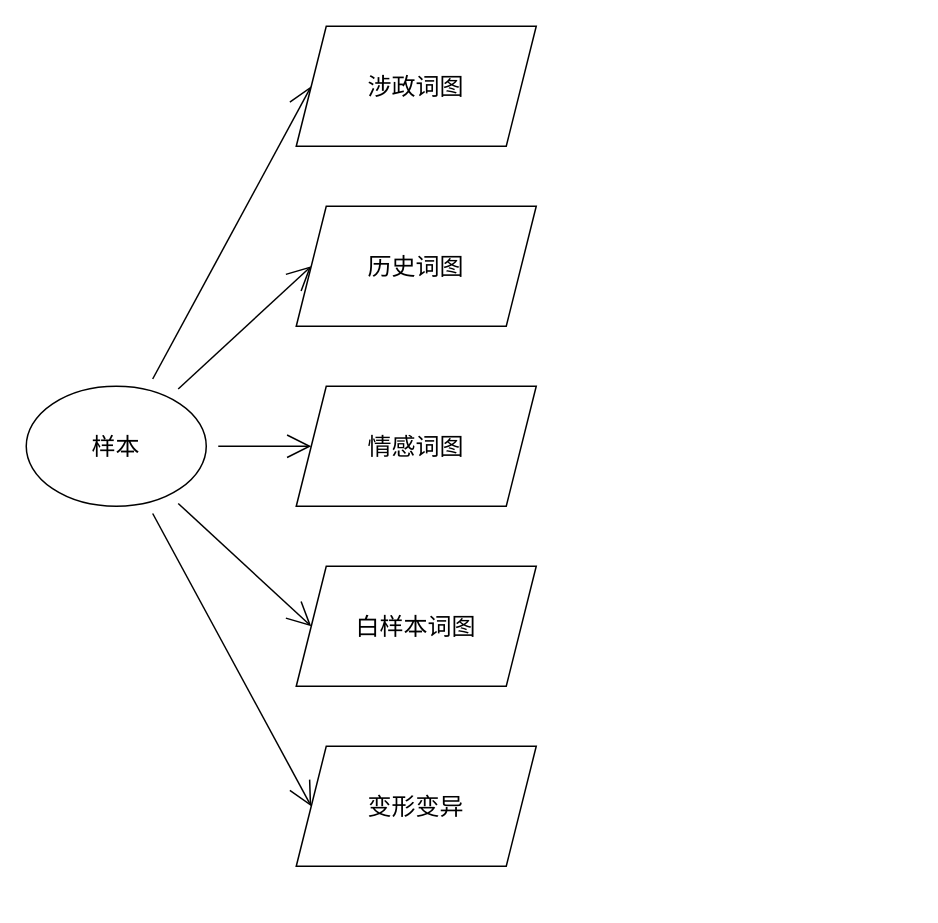
Before: wg-gnn.drawio in fpcsong/diagram, a draw.io diagram. Source tidied: cells renumbered, new cells numbered last; positions are measured from the earlier drawing's top-left corner, leaving out a move shared by most shapes. Both pictures are drawn from the tidied source at 150%, with x=0, y=0 at pixel (26, 26).
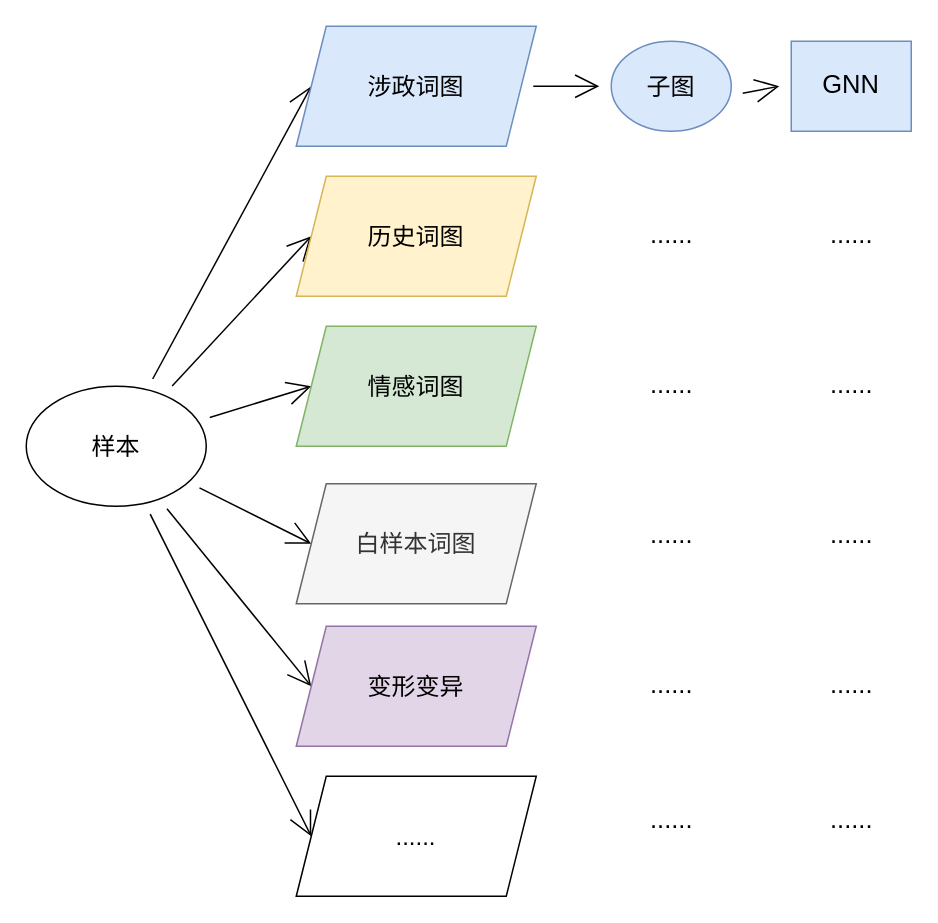
Above is the later version.

Unchanged cells that the change refers to:
```xml
<mxCell id="7" value="&lt;span style=&quot;font-size: 16px&quot;&gt;样本&lt;/span&gt;" style="ellipse;whiteSpace=wrap;html=1;hachureGap=4;" parent="1" vertex="1">
  <mxGeometry y="240" width="120" height="80" as="geometry" />
</mxCell>
```

What changed in the source:
```diff
@@
+    <mxCell id="13" style="edgeStyle=none;curved=1;rounded=0;jettySize=auto;html=1;entryX=0;entryY=0.5;entryDx=0;entryDy=0;endArrow=open;startSize=14;endSize=14;sourcePerimeterSpacing=8;targetPerimeterSpacing=8;" parent="1" edge="1" source="7" target="15">
+      <mxGeometry relative="1" as="geometry" />
+    </mxCell>
@@
+    <mxCell id="14" style="edgeStyle=none;curved=1;rounded=0;jettySize=auto;html=1;endArrow=open;startSize=14;endSize=14;sourcePerimeterSpacing=8;targetPerimeterSpacing=8;" parent="1" edge="1" source="8" target="17">
+      <mxGeometry relative="1" as="geometry" />
+    </mxCell>
-    <mxCell id="8" value="&lt;font style=&quot;font-size: 16px&quot;&gt;涉政词图&lt;/font&gt;" style="shape=parallelogram;perimeter=parallelogramPerimeter;whiteSpace=wrap;html=1;fixedSize=1;hachureGap=4;" parent="1" vertex="1">
+    <mxCell id="8" value="&lt;font style=&quot;font-size: 16px&quot;&gt;涉政词图&lt;/font&gt;" style="shape=parallelogram;perimeter=parallelogramPerimeter;whiteSpace=wrap;html=1;fixedSize=1;hachureGap=4;fillColor=#dae8fc;strokeColor=#6c8ebf;" parent="1" vertex="1">
       <mxGeometry x="180" width="160" height="80" as="geometry" />
     </mxCell>
-    <mxCell id="9" value="&lt;font style=&quot;font-size: 16px&quot;&gt;历史词图&lt;/font&gt;" style="shape=parallelogram;perimeter=parallelogramPerimeter;whiteSpace=wrap;html=1;fixedSize=1;hachureGap=4;" parent="1" vertex="1">
-      <mxGeometry x="180" y="120" width="160" height="80" as="geometry" />
+    <mxCell id="9" value="&lt;font style=&quot;font-size: 16px&quot;&gt;历史词图&lt;/font&gt;" style="shape=parallelogram;perimeter=parallelogramPerimeter;whiteSpace=wrap;html=1;fixedSize=1;hachureGap=4;fillColor=#fff2cc;strokeColor=#d6b656;" parent="1" vertex="1">
+      <mxGeometry x="180" y="100" width="160" height="80" as="geometry" />
     </mxCell>
-    <mxCell id="10" value="&lt;font style=&quot;font-size: 16px&quot;&gt;情感词图&lt;/font&gt;" style="shape=parallelogram;perimeter=parallelogramPerimeter;whiteSpace=wrap;html=1;fixedSize=1;hachureGap=4;" parent="1" vertex="1">
-      <mxGeometry x="180" y="240" width="160" height="80" as="geometry" />
+    <mxCell id="10" value="&lt;font style=&quot;font-size: 16px&quot;&gt;情感词图&lt;/font&gt;" style="shape=parallelogram;perimeter=parallelogramPerimeter;whiteSpace=wrap;html=1;fixedSize=1;hachureGap=4;fillColor=#d5e8d4;strokeColor=#82b366;" parent="1" vertex="1">
+      <mxGeometry x="180" y="200" width="160" height="80" as="geometry" />
     </mxCell>
-    <mxCell id="11" value="&lt;font style=&quot;font-size: 16px&quot;&gt;白样本词图&lt;/font&gt;" style="shape=parallelogram;perimeter=parallelogramPerimeter;whiteSpace=wrap;html=1;fixedSize=1;hachureGap=4;" parent="1" vertex="1">
-      <mxGeometry x="180" y="360" width="160" height="80" as="geometry" />
+    <mxCell id="11" value="&lt;font style=&quot;font-size: 16px&quot;&gt;白样本词图&lt;/font&gt;" style="shape=parallelogram;perimeter=parallelogramPerimeter;whiteSpace=wrap;html=1;fixedSize=1;hachureGap=4;fillColor=#f5f5f5;strokeColor=#666666;fontColor=#333333;" parent="1" vertex="1">
+      <mxGeometry x="180" y="305" width="160" height="80" as="geometry" />
     </mxCell>
-    <mxCell id="12" value="&lt;span style=&quot;font-size: 16px&quot;&gt;变形变异&lt;/span&gt;" style="shape=parallelogram;perimeter=parallelogramPerimeter;whiteSpace=wrap;html=1;fixedSize=1;hachureGap=4;" parent="1" vertex="1">
-      <mxGeometry x="180" y="480" width="160" height="80" as="geometry" />
+    <mxCell id="12" value="&lt;span style=&quot;font-size: 16px&quot;&gt;变形变异&lt;/span&gt;" style="shape=parallelogram;perimeter=parallelogramPerimeter;whiteSpace=wrap;html=1;fixedSize=1;hachureGap=4;fillColor=#e1d5e7;strokeColor=#9673a6;" parent="1" vertex="1">
+      <mxGeometry x="180" y="400" width="160" height="80" as="geometry" />
     </mxCell>
+    <mxCell id="15" value="&lt;span style=&quot;font-size: 16px&quot;&gt;......&lt;/span&gt;" style="shape=parallelogram;perimeter=parallelogramPerimeter;whiteSpace=wrap;html=1;fixedSize=1;hachureGap=4;" parent="1" vertex="1">
+      <mxGeometry x="180" y="500" width="160" height="80" as="geometry" />
+    </mxCell>
+    <mxCell id="16" style="edgeStyle=none;curved=1;rounded=0;jettySize=auto;html=1;endArrow=open;startSize=14;endSize=14;sourcePerimeterSpacing=8;targetPerimeterSpacing=8;" parent="1" edge="1" source="17" target="23">
+      <mxGeometry relative="1" as="geometry" />
+    </mxCell>
+    <mxCell id="17" value="&lt;font style=&quot;font-size: 16px&quot;&gt;子图&lt;/font&gt;" style="ellipse;whiteSpace=wrap;html=1;strokeColor=#6c8ebf;fillColor=#dae8fc;hachureGap=4;" parent="1" vertex="1">
+      <mxGeometry x="390" y="10" width="80" height="60" as="geometry" />
+    </mxCell>
+    <mxCell id="18" value="&lt;font style=&quot;font-size: 17px&quot;&gt;......&lt;/font&gt;" style="text;html=1;align=center;verticalAlign=middle;strokeColor=none;fillColor=none;" parent="1" vertex="1">
+      <mxGeometry x="410" y="130" width="40" height="20" as="geometry" />
+    </mxCell>
+    <mxCell id="19" value="&lt;font style=&quot;font-size: 17px&quot;&gt;......&lt;/font&gt;" style="text;html=1;align=center;verticalAlign=middle;strokeColor=none;fillColor=none;" parent="1" vertex="1">
+      <mxGeometry x="410" y="230" width="40" height="20" as="geometry" />
+    </mxCell>
+    <mxCell id="20" value="&lt;font style=&quot;font-size: 17px&quot;&gt;......&lt;/font&gt;" style="text;html=1;align=center;verticalAlign=middle;strokeColor=none;fillColor=none;" parent="1" vertex="1">
+      <mxGeometry x="410" y="330" width="40" height="20" as="geometry" />
+    </mxCell>
+    <mxCell id="21" value="&lt;font style=&quot;font-size: 17px&quot;&gt;......&lt;/font&gt;" style="text;html=1;align=center;verticalAlign=middle;strokeColor=none;fillColor=none;" parent="1" vertex="1">
+      <mxGeometry x="410" y="430" width="40" height="20" as="geometry" />
+    </mxCell>
+    <mxCell id="22" value="&lt;font style=&quot;font-size: 17px&quot;&gt;......&lt;/font&gt;" style="text;html=1;align=center;verticalAlign=middle;strokeColor=none;fillColor=none;" parent="1" vertex="1">
+      <mxGeometry x="410" y="520" width="40" height="20" as="geometry" />
+    </mxCell>
+    <mxCell id="23" value="&lt;font style=&quot;font-size: 17px&quot;&gt;GNN&lt;/font&gt;" style="whiteSpace=wrap;html=1;strokeColor=#6c8ebf;fillColor=#dae8fc;hachureGap=4;" parent="1" vertex="1">
+      <mxGeometry x="510" y="10" width="80" height="60" as="geometry" />
+    </mxCell>
+    <mxCell id="24" value="&lt;font style=&quot;font-size: 17px&quot;&gt;......&lt;/font&gt;" style="text;html=1;align=center;verticalAlign=middle;strokeColor=none;fillColor=none;" parent="1" vertex="1">
+      <mxGeometry x="530" y="130" width="40" height="20" as="geometry" />
+    </mxCell>
+    <mxCell id="25" value="&lt;font style=&quot;font-size: 17px&quot;&gt;......&lt;/font&gt;" style="text;html=1;align=center;verticalAlign=middle;strokeColor=none;fillColor=none;" parent="1" vertex="1">
+      <mxGeometry x="530" y="230" width="40" height="20" as="geometry" />
+    </mxCell>
+    <mxCell id="26" value="&lt;font style=&quot;font-size: 17px&quot;&gt;......&lt;/font&gt;" style="text;html=1;align=center;verticalAlign=middle;strokeColor=none;fillColor=none;" parent="1" vertex="1">
+      <mxGeometry x="530" y="330" width="40" height="20" as="geometry" />
+    </mxCell>
+    <mxCell id="27" value="&lt;font style=&quot;font-size: 17px&quot;&gt;......&lt;/font&gt;" style="text;html=1;align=center;verticalAlign=middle;strokeColor=none;fillColor=none;" parent="1" vertex="1">
+      <mxGeometry x="530" y="430" width="40" height="20" as="geometry" />
+    </mxCell>
+    <mxCell id="28" value="&lt;font style=&quot;font-size: 17px&quot;&gt;......&lt;/font&gt;" style="text;html=1;align=center;verticalAlign=middle;strokeColor=none;fillColor=none;" parent="1" vertex="1">
+      <mxGeometry x="530" y="520" width="40" height="20" as="geometry" />
+    </mxCell>
```
